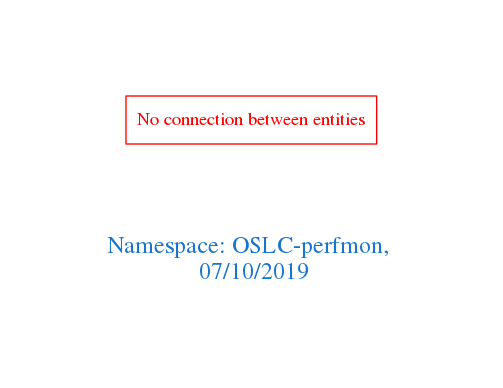
arago/OGIT keeps this Graphviz diagram as downloads/OSLC-perfmon.png. Above is the earlier version. Its source is kept beside it as downloads/OSLC-perfmon.dot.
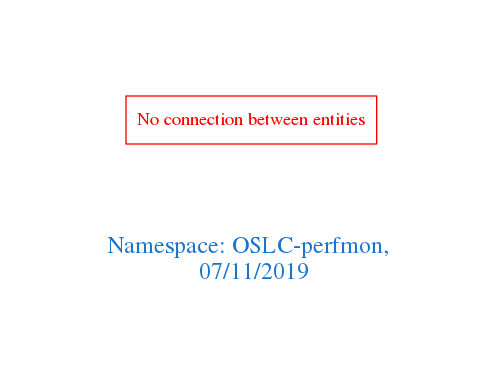
After the change.

The edit, as a diff of the source:
```diff
@@ -1,7 +1,7 @@
 digraph OGIT_ontology {
  graph [ rankdir= LR,pad=1
 fontsize = 18,
-fontcolor= dodgerblue3,label = "\n\n\nNamespace: OSLC-perfmon, \n 07/10/2019"];
+fontcolor= dodgerblue3,label = "\n\n\nNamespace: OSLC-perfmon, \n 07/11/2019"];
 node[shape=polygon];
 edge [  color="gray81"];
 
```
